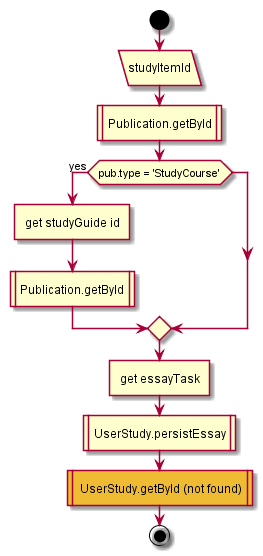
Earlier version of the PlantUML export test2/diagrams/UserStudy.POST.persistEssay.png (MaxXx1313/testwiki).
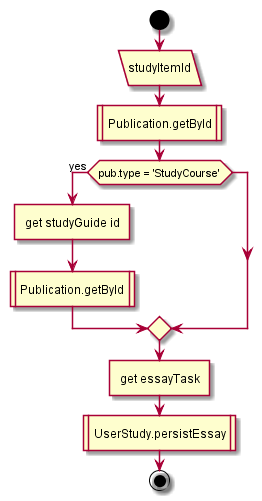
The same diagram one commit later.

What changed in the source:
```diff
@@ -8,7 +8,5 @@
 endif;
 :get essayTask]
 :UserStudy.persistEssay|
-
-#eebb33: UserStudy.getById (not found)|
 end
 @enduml
```
